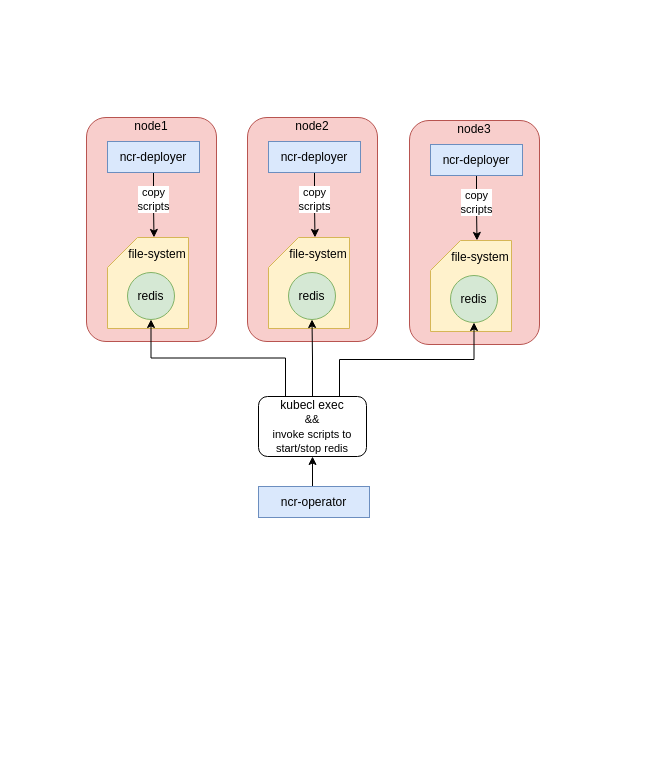
Earlier version of the draw.io diagram diagrams/ncr-operator&deployer.drawio (fengyinqiao/cloudimg). Source tidied: cells renumbered, new cells numbered last; positions are measured from the earlier drawing's top-left corner, leaving out a move shared by most shapes. Both pictures are drawn from the tidied source at 100%, with x=0, y=0 at pixel (86, 111).
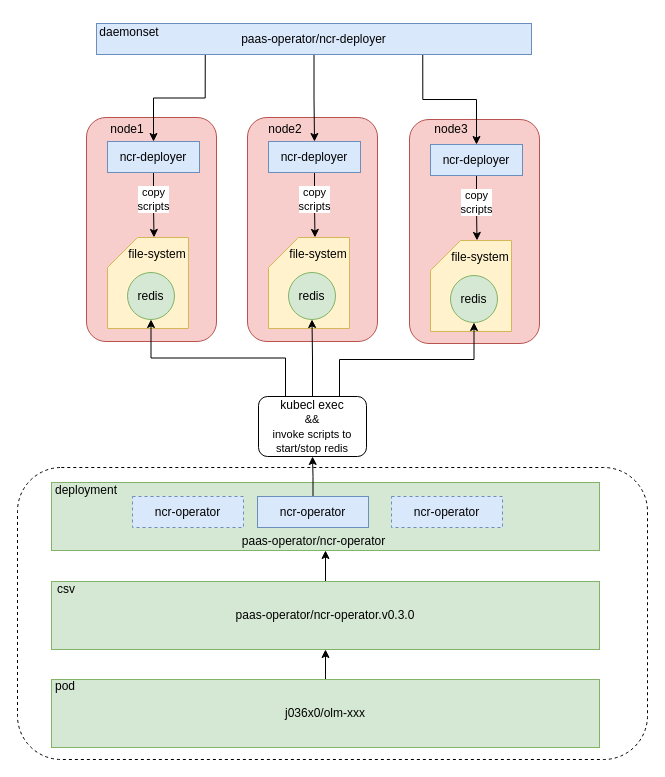
The same page after the edit.

The change refers to these unchanged cells:
```xml
<mxCell id="5" value="ncr-deployer" style="rounded=0;whiteSpace=wrap;html=1;fillColor=#dae8fc;strokeColor=#6c8ebf;" parent="1" vertex="1">
  <mxGeometry x="21" y="30" width="92" height="31" as="geometry" />
</mxCell>
<mxCell id="13" value="ncr-deployer" style="rounded=0;whiteSpace=wrap;html=1;fillColor=#dae8fc;strokeColor=#6c8ebf;" parent="1" vertex="1">
  <mxGeometry x="182" y="30" width="92" height="31" as="geometry" />
</mxCell>
<mxCell id="21" value="ncr-deployer" style="rounded=0;whiteSpace=wrap;html=1;fillColor=#dae8fc;strokeColor=#6c8ebf;" parent="1" vertex="1">
  <mxGeometry x="344" y="33" width="92" height="31" as="geometry" />
</mxCell>
<mxCell id="31" value="kubecl exec&lt;br style=&quot;border-color: var(--border-color); font-size: 11px;&quot;&gt;&lt;span style=&quot;font-size: 11px; background-color: rgb(255, 255, 255);&quot;&gt;&amp;amp;&amp;amp;&lt;br&gt;invoke scripts to start/stop redis&lt;/span&gt;" style="rounded=1;whiteSpace=wrap;html=1;" parent="1" vertex="1">
  <mxGeometry x="172" y="285" width="108" height="60" as="geometry" />
</mxCell>
```

Diff of the diagram source:
```diff
@@
+    <mxCell id="32" style="rounded=1;whiteSpace=wrap;html=1;dashed=1;" parent="1" vertex="1">
+      <mxGeometry x="-69" y="356" width="630" height="292" as="geometry" />
+    </mxCell>
+    <mxCell id="33" style="rounded=0;whiteSpace=wrap;html=1;fillColor=#d5e8d4;strokeColor=#82b366;" parent="1" vertex="1">
+      <mxGeometry x="-35" y="371" width="548" height="68" as="geometry" />
+    </mxCell>
@@
     <mxCell id="9" value="node1" style="text;html=1;strokeColor=none;fillColor=none;align=center;verticalAlign=middle;whiteSpace=wrap;rounded=0;" parent="1" vertex="1">
-      <mxGeometry x="35" width="60" height="30" as="geometry" />
+      <mxGeometry x="11" y="3" width="60" height="30" as="geometry" />
     </mxCell>
@@
     <mxCell id="17" value="node2" style="text;html=1;strokeColor=none;fillColor=none;align=center;verticalAlign=middle;whiteSpace=wrap;rounded=0;" parent="1" vertex="1">
-      <mxGeometry x="196" width="60" height="30" as="geometry" />
+      <mxGeometry x="169" y="3" width="60" height="30" as="geometry" />
     </mxCell>
     <mxCell id="18" style="rounded=1;whiteSpace=wrap;html=1;fillColor=#f8cecc;strokeColor=#b85450;" parent="1" vertex="1">
-      <mxGeometry x="323" y="9" width="130" height="224" as="geometry" />
+      <mxGeometry x="323" y="8" width="130" height="224" as="geometry" />
     </mxCell>
@@
     <mxCell id="25" value="node3" style="text;html=1;strokeColor=none;fillColor=none;align=center;verticalAlign=middle;whiteSpace=wrap;rounded=0;" parent="1" vertex="1">
-      <mxGeometry x="358" y="3" width="60" height="30" as="geometry" />
+      <mxGeometry x="335" y="3" width="60" height="30" as="geometry" />
     </mxCell>
@@
     <mxCell id="29" style="edgeStyle=orthogonalEdgeStyle;rounded=0;jettySize=auto;html=1;exitX=0.5;exitY=0;exitDx=0;exitDy=0;entryX=0.5;entryY=1;entryDx=0;entryDy=0;" parent="1" edge="1" source="30" target="31">
-      <mxGeometry relative="1" as="geometry" />
+      <mxGeometry relative="1" as="geometry">
+        <Array as="points">
+          <mxPoint x="227" y="365" />
+          <mxPoint x="226" y="365" />
+        </Array>
+      </mxGeometry>
     </mxCell>
     <mxCell id="30" value="ncr-operator" style="rounded=0;whiteSpace=wrap;html=1;fillColor=#dae8fc;strokeColor=#6c8ebf;" parent="1" vertex="1">
-      <mxGeometry x="172" y="375" width="111" height="31" as="geometry" />
+      <mxGeometry x="171" y="385" width="111" height="31" as="geometry" />
     </mxCell>
@@
+    <mxCell id="34" style="edgeStyle=orthogonalEdgeStyle;rounded=0;jettySize=auto;html=1;exitX=0.5;exitY=1;exitDx=0;exitDy=0;" parent="1" edge="1" source="37" target="13">
+      <mxGeometry relative="1" as="geometry" />
+    </mxCell>
+    <mxCell id="35" style="edgeStyle=orthogonalEdgeStyle;rounded=0;jettySize=auto;html=1;exitX=0.75;exitY=1;exitDx=0;exitDy=0;entryX=0.5;entryY=0;entryDx=0;entryDy=0;" parent="1" edge="1" source="37" target="21">
+      <mxGeometry relative="1" as="geometry" />
+    </mxCell>
+    <mxCell id="36" style="edgeStyle=orthogonalEdgeStyle;rounded=0;jettySize=auto;html=1;exitX=0.25;exitY=1;exitDx=0;exitDy=0;" parent="1" edge="1" source="37" target="5">
+      <mxGeometry relative="1" as="geometry" />
+    </mxCell>
+    <mxCell id="37" value="paas-operator/ncr-deployer" style="rounded=0;whiteSpace=wrap;html=1;fillColor=#dae8fc;strokeColor=#6c8ebf;" parent="1" vertex="1">
+      <mxGeometry x="10" y="-88" width="435" height="31" as="geometry" />
+    </mxCell>
+    <mxCell id="38" value="ncr-operator" style="rounded=0;whiteSpace=wrap;html=1;fillColor=#dae8fc;strokeColor=#6c8ebf;dashed=1;" parent="1" vertex="1">
+      <mxGeometry x="46" y="385" width="111" height="31" as="geometry" />
+    </mxCell>
+    <mxCell id="39" value="ncr-operator" style="rounded=0;whiteSpace=wrap;html=1;fillColor=#dae8fc;strokeColor=#6c8ebf;dashed=1;" parent="1" vertex="1">
+      <mxGeometry x="305" y="385" width="111" height="31" as="geometry" />
+    </mxCell>
+    <mxCell id="40" value="deployment" style="text;html=1;strokeColor=none;fillColor=none;align=center;verticalAlign=middle;whiteSpace=wrap;rounded=0;" parent="1" vertex="1">
+      <mxGeometry x="-30" y="364" width="60" height="30" as="geometry" />
+    </mxCell>
+    <mxCell id="41" style="edgeStyle=orthogonalEdgeStyle;rounded=0;jettySize=auto;html=1;exitX=0.5;exitY=0;exitDx=0;exitDy=0;entryX=0.5;entryY=1;entryDx=0;entryDy=0;" parent="1" edge="1" source="42" target="33">
+      <mxGeometry relative="1" as="geometry" />
+    </mxCell>
+    <mxCell id="42" value="paas-operator/ncr-operator.v0.3.0" style="rounded=0;whiteSpace=wrap;html=1;fillColor=#d5e8d4;strokeColor=#82b366;" parent="1" vertex="1">
+      <mxGeometry x="-35" y="470" width="548" height="68" as="geometry" />
+    </mxCell>
+    <mxCell id="43" style="edgeStyle=orthogonalEdgeStyle;rounded=0;jettySize=auto;html=1;exitX=0.5;exitY=0;exitDx=0;exitDy=0;" parent="1" edge="1" source="44" target="42">
+      <mxGeometry relative="1" as="geometry" />
+    </mxCell>
+    <mxCell id="44" value="j036x0/olm-xxx" style="rounded=0;whiteSpace=wrap;html=1;fillColor=#d5e8d4;strokeColor=#82b366;" parent="1" vertex="1">
+      <mxGeometry x="-35" y="568" width="548" height="68" as="geometry" />
+    </mxCell>
+    <mxCell id="45" value="csv" style="text;html=1;strokeColor=none;fillColor=none;align=center;verticalAlign=middle;whiteSpace=wrap;rounded=0;" parent="1" vertex="1">
+      <mxGeometry x="-50" y="463" width="60" height="30" as="geometry" />
+    </mxCell>
+    <mxCell id="46" value="pod" style="text;html=1;strokeColor=none;fillColor=none;align=center;verticalAlign=middle;whiteSpace=wrap;rounded=0;" parent="1" vertex="1">
+      <mxGeometry x="-51" y="560" width="60" height="30" as="geometry" />
+    </mxCell>
+    <mxCell id="47" value="paas-operator/ncr-operator" style="text;html=1;strokeColor=none;fillColor=none;align=center;verticalAlign=middle;whiteSpace=wrap;rounded=0;" parent="1" vertex="1">
+      <mxGeometry x="149" y="421" width="157" height="18" as="geometry" />
+    </mxCell>
+    <mxCell id="48" value="daemonset" style="text;html=1;strokeColor=none;fillColor=none;align=center;verticalAlign=middle;whiteSpace=wrap;rounded=0;" parent="1" vertex="1">
+      <mxGeometry x="13" y="-94" width="60" height="30" as="geometry" />
+    </mxCell>
```
